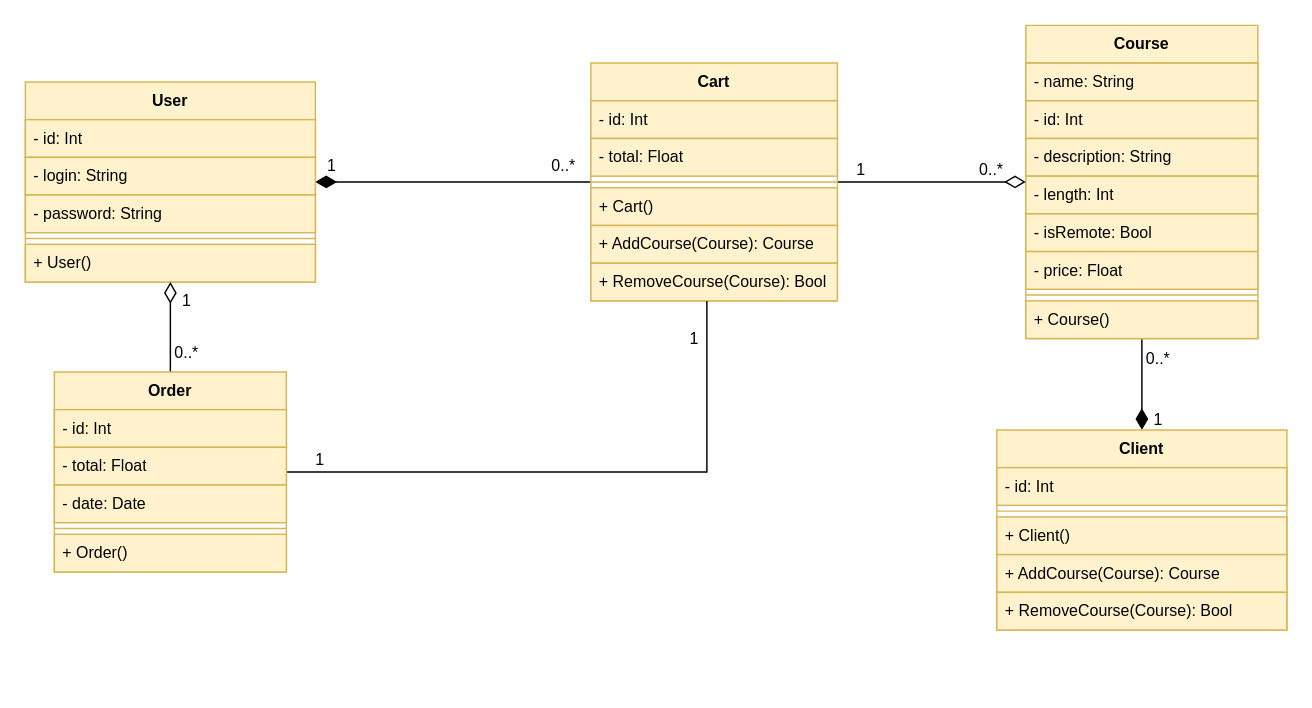
The draw.io diagram page "Class" (1 of 2) of doc/uml/Business.drawio in KMorere/eval-java-business, before the edit. Source tidied: cells renumbered, new cells numbered last; positions are measured from the earlier drawing's top-left corner, leaving out a move shared by most shapes. Both pictures are drawn from the tidied source at 145%, with x=0, y=0 at pixel (25, 25).
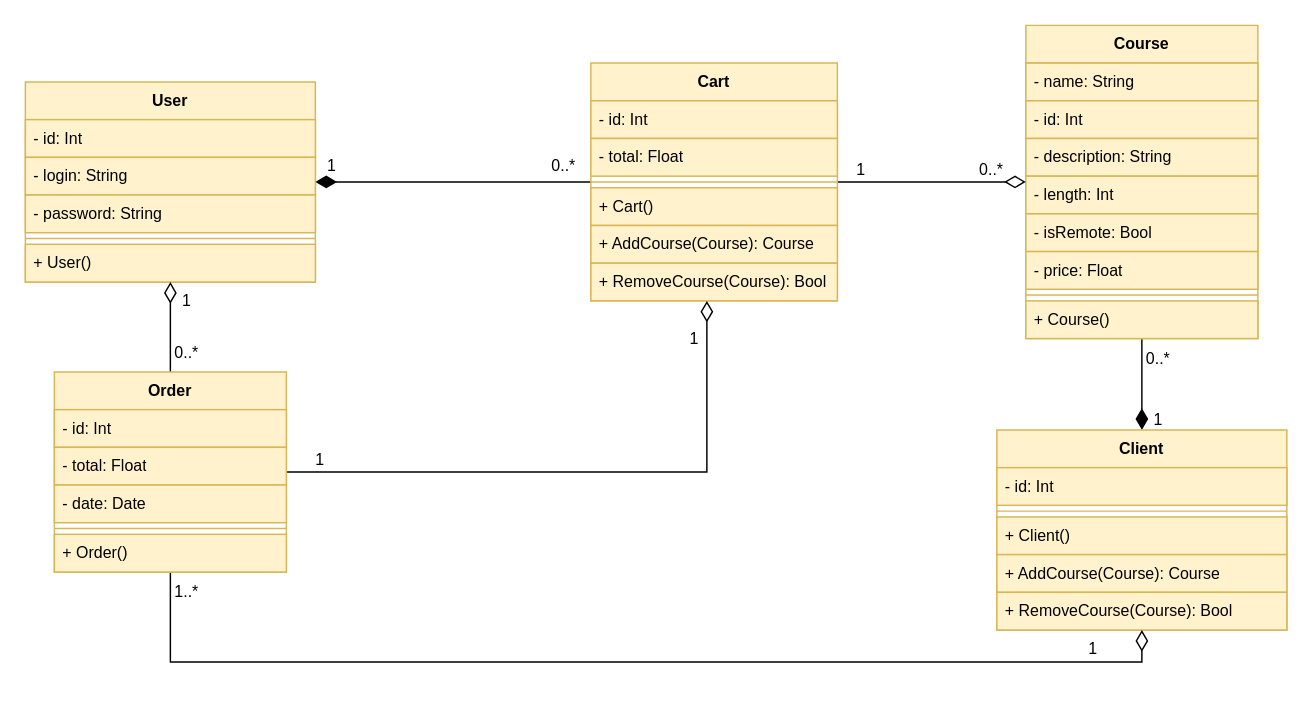
After the change.

Commit message (it also covers changes not shown here):
Updated the class diagram to link an order to a client.

Unchanged cells that the change refers to:
```xml
<mxCell id="14" value="Client" style="swimlane;fontStyle=1;align=center;verticalAlign=top;horizontal=1;startSize=26;whiteSpace=wrap;html=1;strokeColor=#d6b656;spacingLeft=4;spacingRight=4;fontFamily=Helvetica;fontSize=11;fontColor=default;labelBackgroundColor=none;fillColor=#fff2cc;gradientColor=none;" parent="1" vertex="1">
  <mxGeometry x="670" y="279" width="200" height="138" as="geometry" />
</mxCell>
<mxCell id="32" value="Cart" style="swimlane;fontStyle=1;align=center;verticalAlign=top;horizontal=1;startSize=26;whiteSpace=wrap;html=1;strokeColor=#d6b656;spacingLeft=4;spacingRight=4;fontFamily=Helvetica;fontSize=11;fontColor=default;labelBackgroundColor=none;fillColor=#fff2cc;gradientColor=none;" parent="1" vertex="1">
  <mxGeometry x="390" y="26" width="170" height="164" as="geometry" />
</mxCell>
<mxCell id="45" value="Order" style="swimlane;fontStyle=1;align=center;verticalAlign=top;horizontal=1;startSize=26;whiteSpace=wrap;html=1;strokeColor=#d6b656;spacingLeft=4;spacingRight=4;fontFamily=Helvetica;fontSize=11;fontColor=default;labelBackgroundColor=none;fillColor=#fff2cc;gradientColor=none;" parent="1" vertex="1">
  <mxGeometry x="20" y="239" width="160" height="138" as="geometry" />
</mxCell>
```

What changed in the source:
```diff
@@
-    <mxCell id="42" style="edgeStyle=orthogonalEdgeStyle;shape=connector;rounded=0;jettySize=auto;html=1;strokeColor=default;align=center;verticalAlign=middle;fontFamily=Helvetica;fontSize=11;fontColor=default;labelBackgroundColor=none;endArrow=none;endFill=0;endSize=12;" parent="1" edge="1" source="45" target="32">
+    <mxCell id="42" style="edgeStyle=orthogonalEdgeStyle;shape=connector;rounded=0;jettySize=auto;html=1;strokeColor=default;align=center;verticalAlign=middle;fontFamily=Helvetica;fontSize=11;fontColor=default;labelBackgroundColor=none;endArrow=diamondThin;endFill=0;endSize=12;" parent="1" edge="1" source="45" target="32">
       <mxGeometry relative="1" as="geometry">
         <Array as="points">
           <mxPoint x="470" y="308" />
         </Array>
       </mxGeometry>
     </mxCell>
@@
+    <mxCell id="51" style="edgeStyle=orthogonalEdgeStyle;rounded=0;jettySize=auto;html=1;endArrow=diamondThin;endFill=0;endSize=12;" parent="1" edge="1" source="45" target="14">
+      <mxGeometry relative="1" as="geometry">
+        <Array as="points">
+          <mxPoint x="100" y="439" />
+          <mxPoint x="770" y="439" />
+        </Array>
+      </mxGeometry>
+    </mxCell>
+    <mxCell id="52" value="1..*" style="edgeLabel;html=1;align=center;verticalAlign=middle;" parent="51" vertex="1">
+      <mxGeometry x="-0.96" y="1" relative="1" as="geometry">
+        <mxPoint x="9" y="-2" as="offset" />
+      </mxGeometry>
+    </mxCell>
+    <mxCell id="53" value="1" style="edgeLabel;html=1;align=center;verticalAlign=middle;" parent="51" vertex="1">
+      <mxGeometry x="0.85" y="-1" relative="1" as="geometry">
+        <mxPoint y="-11" as="offset" />
+      </mxGeometry>
+    </mxCell>
```
